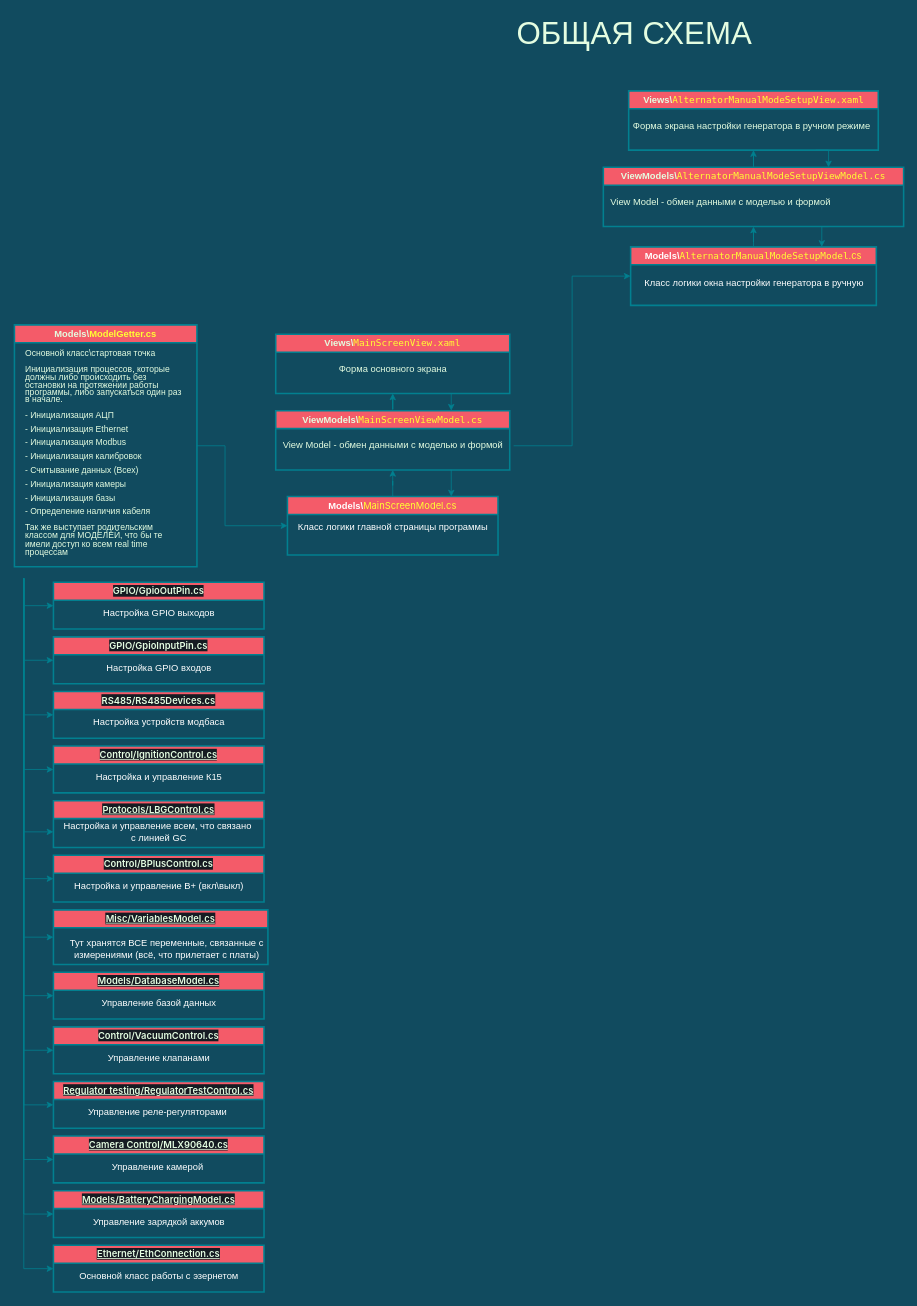
Before: Untitled Diagram.drawio in torwalds/MS005_Scheme, a draw.io diagram. Source tidied: cells renumbered, new cells numbered last; positions are measured from the earlier drawing's top-left corner, leaving out a move shared by most shapes. Both pictures are drawn from the tidied source at 78%, with x=0, y=0 at pixel (14, 20).
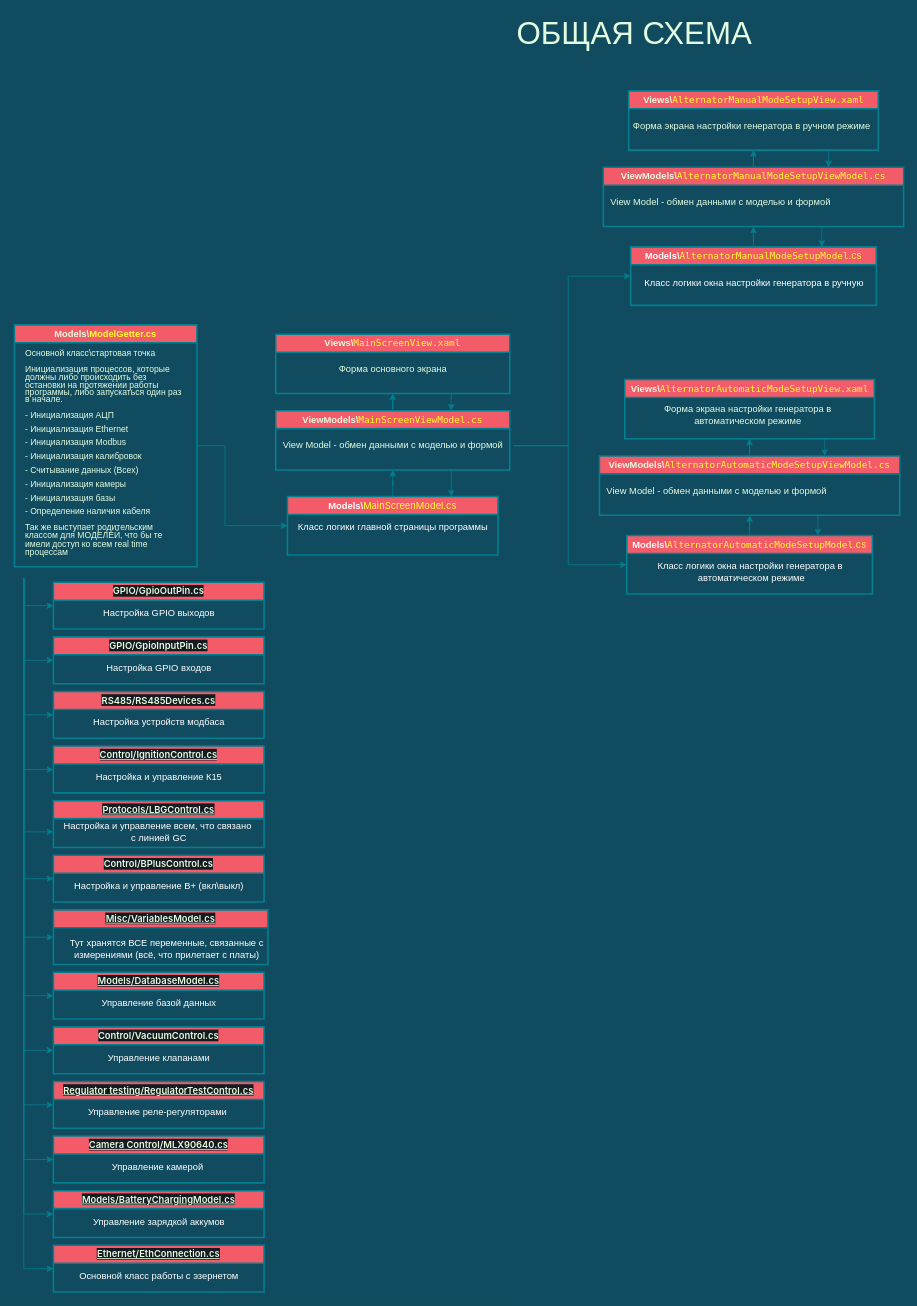
Above is the later version.

The change refers to these unchanged cells:
```xml
<mxCell id="12" value="View Model - обмен данными с моделью и формой" style="text;html=1;align=center;verticalAlign=middle;points=[];strokeColor=none;fillColor=none;fontColor=#E4FDE1;" parent="11" vertex="1">
  <mxGeometry x="-5" y="30" width="310" height="30" as="geometry" />
</mxCell>
<mxCell id="56" value="&lt;font style=&quot;font-size: 12px;&quot;&gt;&lt;font color=&quot;#ffffff&quot; style=&quot;font-size: 12px;&quot;&gt;Models\&lt;/font&gt;&lt;span style=&quot;font-family: ui-monospace, SFMono-Regular, &amp;quot;SF Mono&amp;quot;, Menlo, Consolas, &amp;quot;Liberation Mono&amp;quot;, monospace; font-weight: 400; text-align: start;&quot;&gt;&lt;font style=&quot;&quot; color=&quot;#ffff33&quot;&gt;AlternatorManualModeSetupModel&lt;/font&gt;&lt;/span&gt;&lt;a class=&quot;js-navigation-open Link--primary&quot; title=&quot;AlternatorAutomaticModel.cs&quot; href=&quot;https://github.com/MSGequipment/MS005-PC/blob/master/MS005/MS005/Models/AlternatorAutomaticModel.cs&quot; style=&quot;box-sizing: border-box; text-decoration-line: none; font-family: -apple-system, &amp;quot;system-ui&amp;quot;, &amp;quot;Segoe UI&amp;quot;, &amp;quot;Noto Sans&amp;quot;, Helvetica, Arial, sans-serif, &amp;quot;Apple Color Emoji&amp;quot;, &amp;quot;Segoe UI Emoji&amp;quot;; font-weight: 400; text-align: start;&quot;&gt;&lt;font color=&quot;#ffff33&quot;&gt;.cs&lt;/font&gt;&lt;/a&gt;&lt;/font&gt;" style="swimlane;whiteSpace=wrap;html=1;strokeColor=#028090;strokeWidth=2;fontSize=12;fontColor=#E4FDE1;fillColor=#F45B69;" parent="1" vertex="1">
  <mxGeometry x="790" y="290" width="315" height="75" as="geometry" />
</mxCell>
```

The edit, as a diff of the source:
```diff
@@
     <mxCell id="65" style="edgeStyle=orthogonalEdgeStyle;rounded=0;jettySize=auto;html=1;entryX=0;entryY=0.5;entryDx=0;entryDy=0;strokeColor=#028090;fontColor=#FFFF33;fillColor=#F45B69;" parent="1" edge="1" source="12" target="56">
-      <mxGeometry relative="1" as="geometry" />
+      <mxGeometry relative="1" as="geometry">
+        <Array as="points">
+          <mxPoint x="710" y="545" />
+          <mxPoint x="710" y="328" />
+        </Array>
+      </mxGeometry>
     </mxCell>
+    <mxCell id="66" style="edgeStyle=orthogonalEdgeStyle;rounded=0;jettySize=auto;html=1;entryX=0.5;entryY=1;entryDx=0;entryDy=0;strokeColor=#028090;fontSize=12;fontColor=#E4FDE1;fillColor=#F45B69;labelBackgroundColor=#114B5F;" parent="1" edge="1" source="67" target="71">
+      <mxGeometry relative="1" as="geometry" />
+    </mxCell>
+    <mxCell id="67" value="&lt;font style=&quot;font-size: 12px;&quot;&gt;&lt;font style=&quot;font-size: 12px;&quot; color=&quot;#ffffff&quot;&gt;Models\&lt;/font&gt;&lt;span style=&quot;font-family: ui-monospace, SFMono-Regular, &amp;quot;SF Mono&amp;quot;, Menlo, Consolas, &amp;quot;Liberation Mono&amp;quot;, monospace; font-weight: 400; text-align: start;&quot;&gt;&lt;font color=&quot;#ffff33&quot; style=&quot;&quot;&gt;Alternator&lt;/font&gt;&lt;/span&gt;&lt;span style=&quot;color: rgb(255, 255, 51); font-family: ui-monospace, SFMono-Regular, &amp;quot;SF Mono&amp;quot;, Menlo, Consolas, &amp;quot;Liberation Mono&amp;quot;, monospace; font-weight: 400; text-align: start;&quot;&gt;Automatic&lt;/span&gt;&lt;span style=&quot;font-family: ui-monospace, SFMono-Regular, &amp;quot;SF Mono&amp;quot;, Menlo, Consolas, &amp;quot;Liberation Mono&amp;quot;, monospace; font-weight: 400; text-align: start;&quot;&gt;&lt;font color=&quot;#ffff33&quot; style=&quot;&quot;&gt;ModeSetupModel&lt;/font&gt;&lt;/span&gt;&lt;a style=&quot;box-sizing: border-box; text-decoration-line: none; font-family: -apple-system, &amp;quot;system-ui&amp;quot;, &amp;quot;Segoe UI&amp;quot;, &amp;quot;Noto Sans&amp;quot;, Helvetica, Arial, sans-serif, &amp;quot;Apple Color Emoji&amp;quot;, &amp;quot;Segoe UI Emoji&amp;quot;; font-weight: 400; text-align: start;&quot; href=&quot;https://github.com/MSGequipment/MS005-PC/blob/master/MS005/MS005/Models/AlternatorAutomaticModel.cs&quot; title=&quot;AlternatorAutomaticModel.cs&quot; class=&quot;js-navigation-open Link--primary&quot;&gt;&lt;font color=&quot;#ffff33&quot;&gt;.cs&lt;/font&gt;&lt;/a&gt;&lt;/font&gt;" style="swimlane;whiteSpace=wrap;html=1;strokeColor=#028090;strokeWidth=2;fontSize=12;fontColor=#E4FDE1;fillColor=#F45B69;" parent="1" vertex="1">
+      <mxGeometry x="785" y="660" width="315" height="75" as="geometry" />
+    </mxCell>
+    <mxCell id="68" value="&lt;font color=&quot;#ffffff&quot;&gt;Класс логики окна настройки генератора в&lt;br&gt;&amp;nbsp;автоматическом режиме&lt;/font&gt;" style="text;html=1;align=center;verticalAlign=middle;strokeColor=none;fillColor=none;fontSize=12;fontColor=#E4FDE1;" parent="67" vertex="1">
+      <mxGeometry x="22.5" y="27" width="270" height="40" as="geometry" />
+    </mxCell>
+    <mxCell id="69" style="edgeStyle=orthogonalEdgeStyle;rounded=0;jettySize=auto;html=1;exitX=0.75;exitY=1;exitDx=0;exitDy=0;entryX=0.778;entryY=0;entryDx=0;entryDy=0;entryPerimeter=0;strokeColor=#028090;fontColor=#FFFF33;fillColor=#F45B69;" parent="1" edge="1" source="71" target="67">
+      <mxGeometry relative="1" as="geometry" />
+    </mxCell>
+    <mxCell id="70" style="edgeStyle=orthogonalEdgeStyle;rounded=0;jettySize=auto;html=1;strokeColor=#028090;fontColor=#FFFF33;fillColor=#F45B69;" parent="1" edge="1" source="71" target="74">
+      <mxGeometry relative="1" as="geometry" />
+    </mxCell>
+    <mxCell id="71" value="ViewModels\&lt;span style=&quot;box-sizing: border-box; font-family: ui-monospace, SFMono-Regular, &amp;quot;SF Mono&amp;quot;, Menlo, Consolas, &amp;quot;Liberation Mono&amp;quot;, monospace; font-weight: 400; text-align: start;&quot; class=&quot;pl-en&quot;&gt;&lt;span style=&quot;box-sizing: border-box;&quot; data-hydro-click=&quot;{&amp;quot;event_type&amp;quot;:&amp;quot;code_navigation.click_on_symbol&amp;quot;,&amp;quot;payload&amp;quot;:{&amp;quot;action&amp;quot;:&amp;quot;click_on_symbol&amp;quot;,&amp;quot;repository_id&amp;quot;:252561255,&amp;quot;ref&amp;quot;:&amp;quot;master&amp;quot;,&amp;quot;language&amp;quot;:&amp;quot;C#&amp;quot;,&amp;quot;backend&amp;quot;:&amp;quot;ALEPH_FUZZY&amp;quot;,&amp;quot;code_nav_context&amp;quot;:&amp;quot;BLOB_VIEW&amp;quot;,&amp;quot;retry_backend&amp;quot;:&amp;quot;&amp;quot;,&amp;quot;cross_repo_results_included&amp;quot;:&amp;quot;CROSS_REPO_ENABLED&amp;quot;,&amp;quot;in_repo_result_count&amp;quot;:1,&amp;quot;cross_repo_result_count&amp;quot;:0,&amp;quot;originating_url&amp;quot;:&amp;quot;https://github.com/MSGequipment/MS005-PC/find-definition?q=AlternatorManualModeSetupViewModel&amp;amp;blob_path=MS005%2FMS005%2FView+Models%2FAlternatorManualModeSetupViewModel.cs&amp;amp;ref=master&amp;amp;language=C%23&amp;amp;row=14&amp;amp;col=10&amp;amp;code_nav_context=BLOB_VIEW&amp;quot;,&amp;quot;user_id&amp;quot;:33692627}}&quot; class=&quot;pl-token&quot;&gt;&lt;font style=&quot;&quot; color=&quot;#ffff33&quot;&gt;Alternator&lt;/font&gt;&lt;span style=&quot;color: rgb(255, 255, 51);&quot;&gt;Automatic&lt;/span&gt;&lt;font style=&quot;&quot; color=&quot;#ffff33&quot;&gt;ModeSetupViewModel&lt;/font&gt;&lt;/span&gt;&lt;/span&gt;&lt;span style=&quot;font-family: ui-monospace, SFMono-Regular, &amp;quot;SF Mono&amp;quot;, Menlo, Consolas, &amp;quot;Liberation Mono&amp;quot;, monospace; font-weight: 400; text-align: start;&quot;&gt;&lt;font style=&quot;&quot; color=&quot;#ffff33&quot;&gt;.cs&lt;/font&gt;&lt;/span&gt;" style="swimlane;whiteSpace=wrap;html=1;labelBackgroundColor=none;strokeColor=#028090;strokeWidth=2;fontSize=12;fontColor=#E4FDE1;fillColor=#F45B69;" parent="1" vertex="1">
+      <mxGeometry x="750" y="558" width="385" height="76" as="geometry" />
+    </mxCell>
+    <mxCell id="72" value="View Model - обмен данными с моделью и формой" style="text;html=1;align=center;verticalAlign=middle;strokeColor=none;fillColor=none;fontColor=#E4FDE1;" parent="71" vertex="1">
+      <mxGeometry x="-5" y="30" width="310" height="30" as="geometry" />
+    </mxCell>
+    <mxCell id="73" style="edgeStyle=orthogonalEdgeStyle;rounded=0;jettySize=auto;html=1;exitX=0.75;exitY=1;exitDx=0;exitDy=0;entryX=0.75;entryY=0;entryDx=0;entryDy=0;strokeColor=#028090;fontColor=#FFFF33;fillColor=#F45B69;" parent="1" edge="1" source="74" target="71">
+      <mxGeometry relative="1" as="geometry" />
+    </mxCell>
+    <mxCell id="74" value="Views\&lt;span style=&quot;font-family: ui-monospace, SFMono-Regular, &amp;quot;SF Mono&amp;quot;, Menlo, Consolas, &amp;quot;Liberation Mono&amp;quot;, monospace; font-weight: 400; text-align: start;&quot;&gt;&lt;font style=&quot;&quot; color=&quot;#ffff33&quot;&gt;AlternatorAutomaticModeSetupView&lt;/font&gt;&lt;/span&gt;&lt;span style=&quot;font-family: ui-monospace, SFMono-Regular, &amp;quot;SF Mono&amp;quot;, Menlo, Consolas, &amp;quot;Liberation Mono&amp;quot;, monospace; font-weight: 400; text-align: start;&quot;&gt;&lt;font style=&quot;&quot; color=&quot;#ffff33&quot;&gt;.xaml&lt;/font&gt;&lt;/span&gt;" style="swimlane;whiteSpace=wrap;html=1;labelBackgroundColor=none;strokeColor=#028090;strokeWidth=2;fontSize=12;fontColor=#E4FDE1;fillColor=#F45B69;" parent="1" vertex="1">
+      <mxGeometry x="782.5" y="460" width="320" height="76" as="geometry" />
+    </mxCell>
+    <mxCell id="75" value="Форма экрана настройки генератора в &lt;br&gt;автоматическом режиме" style="text;html=1;align=center;verticalAlign=middle;strokeColor=none;fillColor=none;fontColor=#E4FDE1;" parent="74" vertex="1">
+      <mxGeometry x="37.5" y="25" width="240" height="40" as="geometry" />
+    </mxCell>
+    <mxCell id="76" style="edgeStyle=orthogonalEdgeStyle;rounded=0;jettySize=auto;html=1;entryX=0;entryY=0.5;entryDx=0;entryDy=0;strokeColor=#028090;fontColor=#FFFF33;fillColor=#F45B69;" parent="1" edge="1" source="12" target="67">
+      <mxGeometry relative="1" as="geometry">
+        <Array as="points">
+          <mxPoint x="710" y="545" />
+          <mxPoint x="710" y="697" />
+        </Array>
+      </mxGeometry>
+    </mxCell>
```
